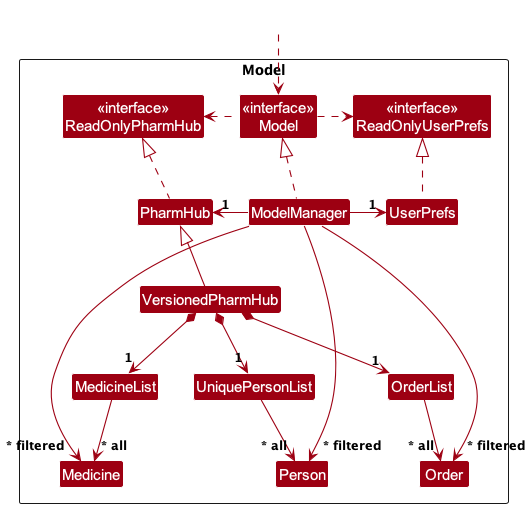
timetraveller-123/tp keeps this PlantUML diagram as docs/images/ModelClassDiagram.png. Above is the earlier version. Source of this version:
```plantuml
@startuml
!include style.puml
skinparam arrowThickness 1.1
skinparam arrowColor MODEL_COLOR
skinparam classBackgroundColor MODEL_COLOR

Package Model as ModelPackage <<Rectangle>>{
Class "<<interface>>\nReadOnlyPharmHub" as ReadOnlyPharmHub
Class "<<interface>>\nReadOnlyUserPrefs" as ReadOnlyUserPrefs
Class "<<interface>>\nModel" as Model
Class PharmHub
Class VersionedPharmHub
Class ModelManager
Class UserPrefs

Class UniquePersonList
Class MedicineList
Class OrderList
Class Person
Class Order
Class Medicine
}

Class HiddenOutside #FFFFFF
HiddenOutside ..> Model

PharmHub .up.|> ReadOnlyPharmHub
VersionedPharmHub -up-|> PharmHub

ModelManager .up.|> Model
Model .right.> ReadOnlyUserPrefs
Model .left.> ReadOnlyPharmHub
ModelManager -left-> "1" PharmHub
ModelManager -right-> "1" UserPrefs
UserPrefs .up.|> ReadOnlyUserPrefs

VersionedPharmHub *--> "1" UniquePersonList
VersionedPharmHub *--> "1" OrderList
VersionedPharmHub *--> "1" MedicineList
UniquePersonList --> "~* all" Person
OrderList --> "~* all" Order
MedicineList --> "~* all" Medicine

ModelManager -down---> "~* filtered" Medicine
ModelManager -down---> "~* filtered" Person
ModelManager -down---> "~* filtered" Order


@enduml
```
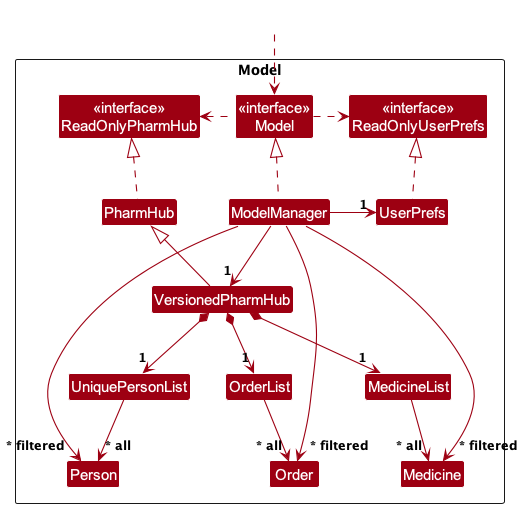
Above is the later version.

Commit message:
Fix ModelClassDiagram mistake

The edit, as a diff of the source:
```diff
@@ -30,7 +30,7 @@
 ModelManager .up.|> Model
 Model .right.> ReadOnlyUserPrefs
 Model .left.> ReadOnlyPharmHub
-ModelManager -left-> "1" PharmHub
+ModelManager --> "1" VersionedPharmHub
 ModelManager -right-> "1" UserPrefs
 UserPrefs .up.|> ReadOnlyUserPrefs
 
@@ -45,5 +45,7 @@
 ModelManager -down---> "~* filtered" Person
 ModelManager -down---> "~* filtered" Order
 
+OrderList -[hidden]right-> MedicineList
+
 
 @enduml
```
